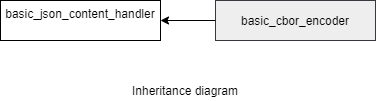
Before: doc/ref/cbor/diagrams/basic_cbor_encoder.png, a diagram exported from draw.io (danielaparker/jsoncons). Source tidied: cells renumbered, new cells last; positions are measured from the earlier drawing's top-left corner, leaving out a move shared by most shapes.
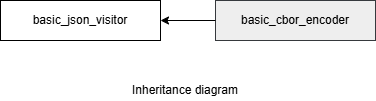
The same file after the commit.

Change to the diagram source:
```diff
@@ -2,7 +2,7 @@
   <root>
     <mxCell id="0" />
     <mxCell id="1" parent="0" />
-    <mxCell id="2" value="basic_json_content_handler&lt;br&gt;&lt;br&gt;" style="rounded=0;whiteSpace=wrap;html=1;" parent="1" vertex="1">
+    <mxCell id="2" value="basic_json_visitor" style="rounded=0;whiteSpace=wrap;html=1;" parent="1" vertex="1">
       <mxGeometry width="160" height="40" as="geometry" />
     </mxCell>
     <mxCell id="3" value="basic_cbor_encoder&lt;br&gt;" style="rounded=0;whiteSpace=wrap;html=1;fillColor=#eeeeee;strokeColor=#36393d;" parent="1" vertex="1">
```
